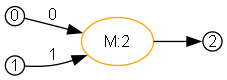
Above: crates/bhyp/images/test_copy_subst_commute/shared_span_for_copy_M_right.png in ammatsui/bhypvis (Graphviz), before the change. Its source is kept beside it as crates/bhyp/images/test_copy_subst_commute/shared_span_for_copy_M_right.dot. Its diagram source:
```dot
digraph shared_span_for_copy_M_right {
  fontname="Helvetica"
  fontsize=12
  rankdir=LR;
  node [fontname="Helvetica", fontsize=12];
  edge [fontname="Helvetica", fontsize=12];

  n0 [label="0", shape=circle, style=filled, fillcolor=white, color="black", width=0.2, height=0.2, fixedsize=true];
  n1 [label="1", shape=circle, style=filled, fillcolor=white, color="black", width=0.2, height=0.2, fixedsize=true];
  n2 [label="2", shape=circle, style=filled, fillcolor=white, color="black", width=0.2, height=0.2, fixedsize=true];

  e0 [label="M:2", shape=ellipse, style=rounded, color="orange"];

  n0 -> e0 [label="0"];
  n1 -> e0 [label="1"];

  e0 -> n2 [label=""];
}
```
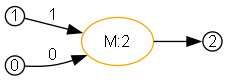
After the change.

What changed in the source:
```diff
@@ -5,9 +5,9 @@
   node [fontname="Helvetica", fontsize=12];
   edge [fontname="Helvetica", fontsize=12];
 
-  n0 [label="0", shape=circle, style=filled, fillcolor=white, color="black", width=0.2, height=0.2, fixedsize=true];
   n1 [label="1", shape=circle, style=filled, fillcolor=white, color="black", width=0.2, height=0.2, fixedsize=true];
   n2 [label="2", shape=circle, style=filled, fillcolor=white, color="black", width=0.2, height=0.2, fixedsize=true];
+  n0 [label="0", shape=circle, style=filled, fillcolor=white, color="black", width=0.2, height=0.2, fixedsize=true];
 
   e0 [label="M:2", shape=ellipse, style=rounded, color="orange"];
 
```
